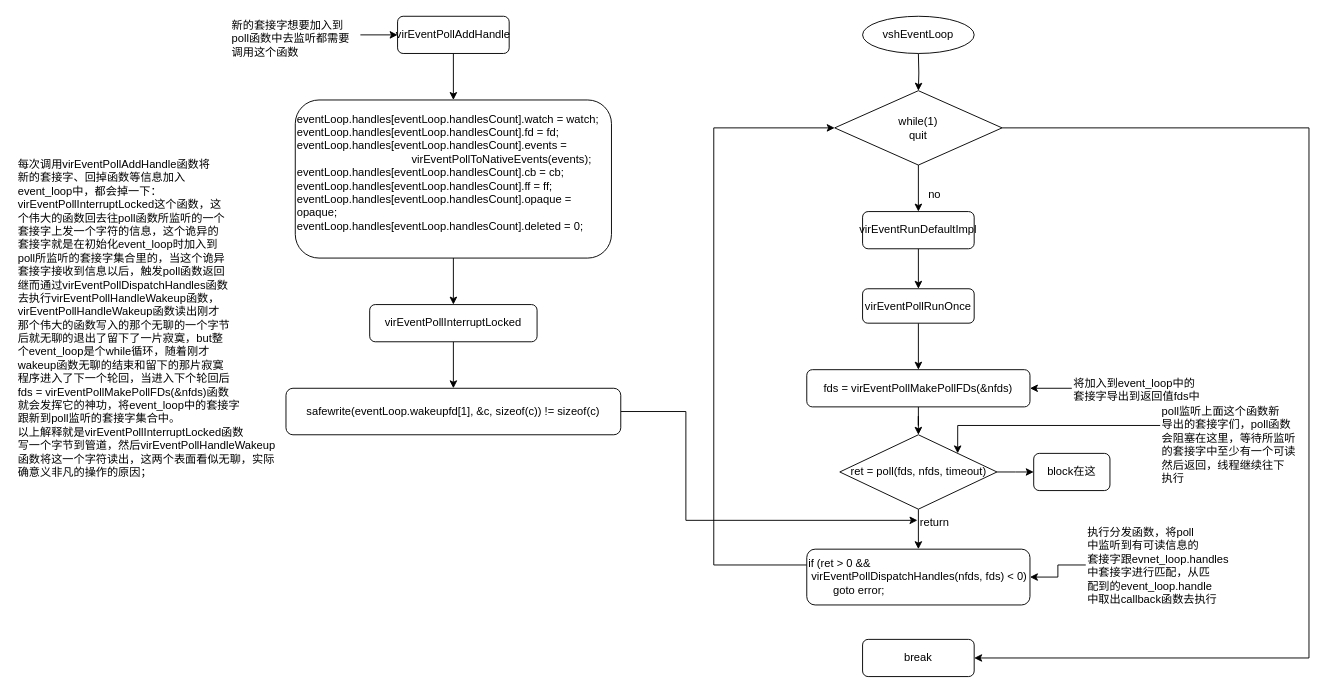
Before: wakeup流程图.drawio in AndyLee130827/draw_io, a draw.io diagram. Source tidied: cells renumbered, new cells numbered last; positions are measured from the earlier drawing's top-left corner, leaving out a move shared by most shapes. Both pictures are drawn from the tidied source at 93%, with x=0, y=0 at pixel (16, 16).
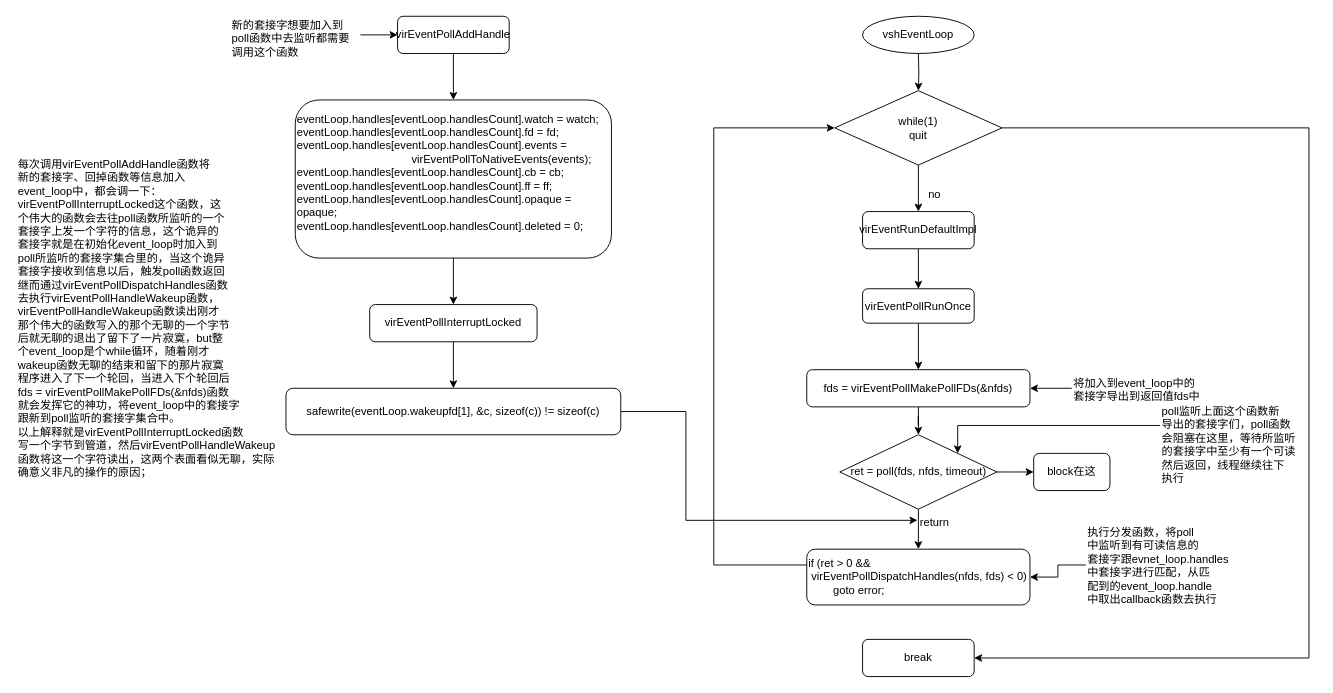
The same diagram, later.

Diff of the diagram source:
```diff
@@
-    <mxCell id="32" value="每次调用virEventPollAddHandle函数将&lt;br&gt;新的套接字、回掉函数等信息加入&lt;br&gt;event_loop中，都会掉一下：&lt;br&gt;&lt;span style=&quot;text-align: center ; white-space: normal&quot;&gt;virEventPollInterruptLocked这个函数，这&lt;br&gt;&lt;/span&gt;个伟大的函数回去往poll函数所监听的一个&lt;br&gt;套接字上发一个字符的信息，这个诡异的&lt;br&gt;套接字就是在初始化event_loop时加入到&lt;br&gt;poll所监听的套接字集合里的，当这个诡异&lt;br&gt;套接字接收到信息以后，触发poll函数返回&lt;br&gt;继而通过&lt;span style=&quot;white-space: normal&quot;&gt;virEventPollDispatchHandles函数&lt;br&gt;&lt;/span&gt;去执行virEventPollHandleWakeup函数，&lt;br&gt;virEventPollHandleWakeup函数读出刚才&lt;br&gt;那个伟大的函数写入的那个无聊的一个字节&lt;br&gt;后就无聊的退出了留下了一片寂寞，but整&lt;br&gt;个event_loop是个while循环，随着刚才&lt;br&gt;wakeup函数无聊的结束和留下的那片寂寞&lt;br&gt;程序进入了下一个轮回，当进入下个轮回后&lt;br&gt;&lt;span style=&quot;text-align: center ; white-space: normal&quot;&gt;fds = virEventPollMakePollFDs(&amp;amp;nfds)函数&lt;br&gt;&lt;/span&gt;就会发挥它的神功，将event_loop中的套接字&lt;br&gt;跟新到poll监听的套接字集合中。&lt;br&gt;以上解释就是&lt;span style=&quot;text-align: center ; white-space: normal&quot;&gt;virEventPollInterruptLocked函数&lt;br&gt;&lt;/span&gt;写一个字节到管道，然后virEventPollHandleWakeup&lt;br&gt;函数将这一个字符读出，这两个表面看似无聊，实际&lt;br&gt;确意义非凡的操作的原因；" style="text;html=1;align=left;verticalAlign=top;spacingTop=-4;" parent="1" vertex="1">
-      <mxGeometry y="150" width="290" height="340" as="geometry" />
+    <mxCell id="32" value="每次调用virEventPollAddHandle函数将&lt;br&gt;新的套接字、回掉函数等信息加入&lt;br&gt;event_loop中，都会调一下：&lt;br&gt;&lt;span style=&quot;text-align: center ; white-space: normal&quot;&gt;virEventPollInterruptLocked这个函数，这&lt;br&gt;&lt;/span&gt;个伟大的函数会去往poll函数所监听的一个&lt;br&gt;套接字上发一个字符的信息，这个诡异的&lt;br&gt;套接字就是在初始化event_loop时加入到&lt;br&gt;poll所监听的套接字集合里的，当这个诡异&lt;br&gt;套接字接收到信息以后，触发poll函数返回&lt;br&gt;继而通过&lt;span style=&quot;white-space: normal&quot;&gt;virEventPollDispatchHandles函数&lt;br&gt;&lt;/span&gt;去执行virEventPollHandleWakeup函数，&lt;br&gt;virEventPollHandleWakeup函数读出刚才&lt;br&gt;那个伟大的函数写入的那个无聊的一个字节&lt;br&gt;后就无聊的退出了留下了一片寂寞，but整&lt;br&gt;个event_loop是个while循环，随着刚才&lt;br&gt;wakeup函数无聊的结束和留下的那片寂寞&lt;br&gt;程序进入了下一个轮回，当进入下个轮回后&lt;br&gt;&lt;span style=&quot;text-align: center ; white-space: normal&quot;&gt;fds = virEventPollMakePollFDs(&amp;amp;nfds)函数&lt;br&gt;&lt;/span&gt;就会发挥它的神功，将event_loop中的套接字&lt;br&gt;跟新到poll监听的套接字集合中。&lt;br&gt;以上解释就是&lt;span style=&quot;text-align: center ; white-space: normal&quot;&gt;virEventPollInterruptLocked函数&lt;br&gt;&lt;/span&gt;写一个字节到管道，然后virEventPollHandleWakeup&lt;br&gt;函数将这一个字符读出，这两个表面看似无聊，实际&lt;br&gt;确意义非凡的操作的原因；" style="text;html=1;align=left;verticalAlign=top;spacingTop=-4;" parent="1" vertex="1">
+      <mxGeometry y="150" width="300" height="350" as="geometry" />
     </mxCell>
```
